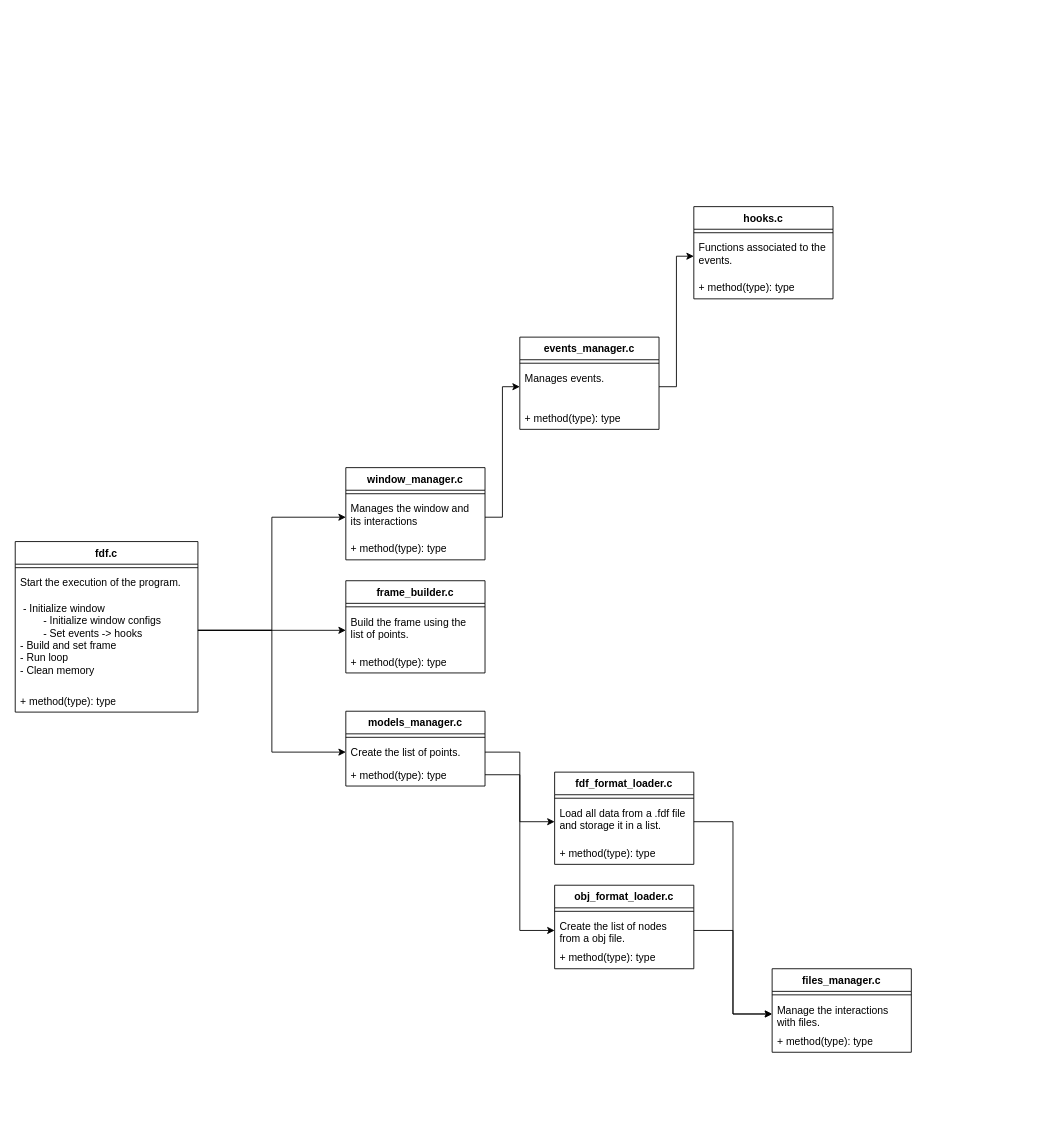
Above: page "classes" (3 of 4) of Untitled Diagram.drawio in nythocampos/42_code (draw.io), before the change. Source tidied: cells renumbered, new cells numbered last; positions are measured from the earlier drawing's top-left corner, leaving out a move shared by most shapes. Both pictures are drawn from the tidied source at 87%, with x=0, y=0 at pixel (15, 206). Pictures stored in the file or linked from it are replaced by grey dashed boxes.
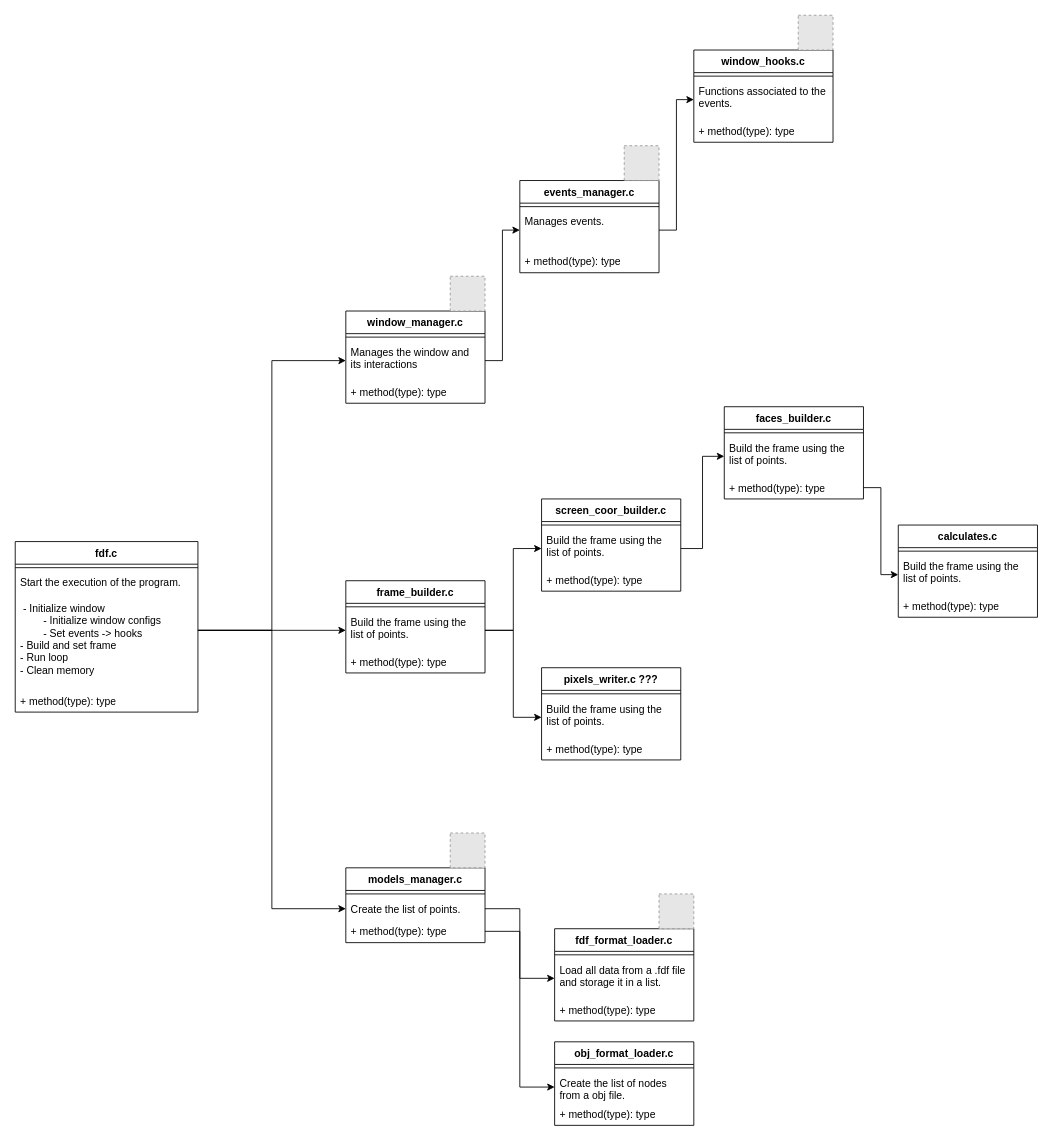
After the change.

Unchanged cells that the change refers to:
```xml
<mxCell id="8" value="Build the frame using the list of points." style="text;strokeColor=none;fillColor=none;align=left;verticalAlign=top;spacingLeft=4;spacingRight=4;overflow=hidden;points=[[0,0.5],[1,0.5]];portConstraint=eastwest;whiteSpace=wrap;html=1;" parent="6" vertex="1">
  <mxGeometry y="34" width="160" height="46" as="geometry" />
</mxCell>
<mxCell id="16" value="Load all data from a .fdf file and storage it in a list." style="text;strokeColor=none;fillColor=none;align=left;verticalAlign=top;spacingLeft=4;spacingRight=4;overflow=hidden;points=[[0,0.5],[1,0.5]];portConstraint=eastwest;whiteSpace=wrap;html=1;" parent="14" vertex="1">
  <mxGeometry y="34" width="160" height="46" as="geometry" />
</mxCell>
<mxCell id="20" value="Create the list of nodes from a obj file." style="text;strokeColor=none;fillColor=none;align=left;verticalAlign=top;spacingLeft=4;spacingRight=4;overflow=hidden;points=[[0,0.5],[1,0.5]];portConstraint=eastwest;whiteSpace=wrap;html=1;" parent="18" vertex="1">
  <mxGeometry y="34" width="160" height="36" as="geometry" />
</mxCell>
```

Diff of the diagram source:
```diff
@@
     <mxCell id="2" value="models_manager.c" style="swimlane;fontStyle=1;align=center;verticalAlign=top;horizontal=1;startSize=26;whiteSpace=wrap;html=1;" parent="1" vertex="1">
-      <mxGeometry x="380" y="580" width="160" height="86" as="geometry" />
+      <mxGeometry x="380" y="760" width="160" height="86" as="geometry" />
     </mxCell>
@@
     <mxCell id="14" value="fdf_format_loader.c" style="swimlane;fontStyle=1;align=center;verticalAlign=top;horizontal=1;startSize=26;whiteSpace=wrap;html=1;" parent="1" vertex="1">
-      <mxGeometry x="620" y="650" width="160" height="106" as="geometry" />
+      <mxGeometry x="620" y="830" width="160" height="106" as="geometry" />
     </mxCell>
@@
     <mxCell id="18" value="obj_format_loader.c" style="swimlane;fontStyle=1;align=center;verticalAlign=top;horizontal=1;startSize=26;whiteSpace=wrap;html=1;" parent="1" vertex="1">
-      <mxGeometry x="620" y="780" width="160" height="96" as="geometry" />
+      <mxGeometry x="620" y="960" width="160" height="96" as="geometry" />
     </mxCell>
@@
-    <mxCell id="22" value="files_manager.c" style="swimlane;fontStyle=1;align=center;verticalAlign=top;horizontal=1;startSize=26;whiteSpace=wrap;html=1;" parent="1" vertex="1">
-      <mxGeometry x="870" y="876" width="160" height="96" as="geometry" />
-    </mxCell>
-    <mxCell id="23" style="line;strokeWidth=1;fillColor=none;align=left;verticalAlign=middle;spacingTop=-1;spacingLeft=3;spacingRight=3;labelPosition=right;strokeColor=inherit;" parent="22" vertex="1">
-      <mxGeometry y="26" width="160" height="8" as="geometry" />
-    </mxCell>
-    <mxCell id="24" value="Manage the interactions with files." style="text;strokeColor=none;fillColor=none;align=left;verticalAlign=top;spacingLeft=4;spacingRight=4;overflow=hidden;points=[[0,0.5],[1,0.5]];portConstraint=eastwest;whiteSpace=wrap;html=1;" parent="22" vertex="1">
-      <mxGeometry y="34" width="160" height="36" as="geometry" />
-    </mxCell>
-    <mxCell id="25" value="+ method(type): type" style="text;strokeColor=none;fillColor=none;align=left;verticalAlign=top;spacingLeft=4;spacingRight=4;overflow=hidden;whiteSpace=wrap;html=1;" parent="22" vertex="1">
-      <mxGeometry y="70" width="160" height="26" as="geometry" />
-    </mxCell>
@@
-    <mxCell id="30" style="edgeStyle=orthogonalEdgeStyle;rounded=0;jettySize=auto;html=1;exitX=1;exitY=0.5;exitDx=0;exitDy=0;entryX=0;entryY=0.5;entryDx=0;entryDy=0;" parent="1" edge="1" source="16" target="24">
-      <mxGeometry relative="1" as="geometry" />
-    </mxCell>
-    <mxCell id="31" style="edgeStyle=orthogonalEdgeStyle;rounded=0;jettySize=auto;html=1;exitX=1;exitY=0.5;exitDx=0;exitDy=0;entryX=0;entryY=0.5;entryDx=0;entryDy=0;" parent="1" edge="1" source="20" target="24">
-      <mxGeometry relative="1" as="geometry" />
-    </mxCell>
     <mxCell id="32" value="window_manager.c" style="swimlane;fontStyle=1;align=center;verticalAlign=top;horizontal=1;startSize=26;whiteSpace=wrap;html=1;" parent="1" vertex="1">
-      <mxGeometry x="380" y="300" width="160" height="106" as="geometry" />
+      <mxGeometry x="380" y="120" width="160" height="106" as="geometry" />
     </mxCell>
@@
-    <mxCell id="36" value="hooks.c" style="swimlane;fontStyle=1;align=center;verticalAlign=top;horizontal=1;startSize=26;whiteSpace=wrap;html=1;" parent="1" vertex="1">
-      <mxGeometry x="780" width="160" height="106" as="geometry" />
+    <mxCell id="36" value="window_hooks.c" style="swimlane;fontStyle=1;align=center;verticalAlign=top;horizontal=1;startSize=26;whiteSpace=wrap;html=1;" parent="1" vertex="1">
+      <mxGeometry x="780" y="-180" width="160" height="106" as="geometry" />
     </mxCell>
@@
     <mxCell id="40" value="events_manager.c" style="swimlane;fontStyle=1;align=center;verticalAlign=top;horizontal=1;startSize=26;whiteSpace=wrap;html=1;" parent="1" vertex="1">
-      <mxGeometry x="580" y="150" width="160" height="106" as="geometry" />
+      <mxGeometry x="580" y="-30" width="160" height="106" as="geometry" />
     </mxCell>
@@
+    <mxCell id="47" value="faces_builder.c" style="swimlane;fontStyle=1;align=center;verticalAlign=top;horizontal=1;startSize=26;whiteSpace=wrap;html=1;" parent="1" vertex="1">
+      <mxGeometry x="815" y="230" width="160" height="106" as="geometry" />
+    </mxCell>
+    <mxCell id="48" style="line;strokeWidth=1;fillColor=none;align=left;verticalAlign=middle;spacingTop=-1;spacingLeft=3;spacingRight=3;labelPosition=right;strokeColor=inherit;" parent="47" vertex="1">
+      <mxGeometry y="26" width="160" height="8" as="geometry" />
+    </mxCell>
+    <mxCell id="49" value="Build the frame using the list of points." style="text;strokeColor=none;fillColor=none;align=left;verticalAlign=top;spacingLeft=4;spacingRight=4;overflow=hidden;points=[[0,0.5],[1,0.5]];portConstraint=eastwest;whiteSpace=wrap;html=1;" parent="47" vertex="1">
+      <mxGeometry y="34" width="160" height="46" as="geometry" />
+    </mxCell>
+    <mxCell id="50" value="+ method(type): type" style="text;strokeColor=none;fillColor=none;align=left;verticalAlign=top;spacingLeft=4;spacingRight=4;overflow=hidden;points=[[0,0.5],[1,0.5]];portConstraint=eastwest;whiteSpace=wrap;html=1;" parent="47" vertex="1">
+      <mxGeometry y="80" width="160" height="26" as="geometry" />
+    </mxCell>
+    <mxCell id="51" value="screen_coor_builder.c" style="swimlane;fontStyle=1;align=center;verticalAlign=top;horizontal=1;startSize=26;whiteSpace=wrap;html=1;" parent="1" vertex="1">
+      <mxGeometry x="605" y="336" width="160" height="106" as="geometry" />
+    </mxCell>
+    <mxCell id="52" style="line;strokeWidth=1;fillColor=none;align=left;verticalAlign=middle;spacingTop=-1;spacingLeft=3;spacingRight=3;labelPosition=right;strokeColor=inherit;" parent="51" vertex="1">
+      <mxGeometry y="26" width="160" height="8" as="geometry" />
+    </mxCell>
+    <mxCell id="53" value="Build the frame using the list of points." style="text;strokeColor=none;fillColor=none;align=left;verticalAlign=top;spacingLeft=4;spacingRight=4;overflow=hidden;points=[[0,0.5],[1,0.5]];portConstraint=eastwest;whiteSpace=wrap;html=1;" parent="51" vertex="1">
+      <mxGeometry y="34" width="160" height="46" as="geometry" />
+    </mxCell>
+    <mxCell id="54" value="+ method(type): type" style="text;strokeColor=none;fillColor=none;align=left;verticalAlign=top;spacingLeft=4;spacingRight=4;overflow=hidden;whiteSpace=wrap;html=1;" parent="51" vertex="1">
+      <mxGeometry y="80" width="160" height="26" as="geometry" />
+    </mxCell>
+    <mxCell id="55" value="calculates.c" style="swimlane;fontStyle=1;align=center;verticalAlign=top;horizontal=1;startSize=26;whiteSpace=wrap;html=1;" parent="1" vertex="1">
+      <mxGeometry x="1015" y="366" width="160" height="106" as="geometry" />
+    </mxCell>
+    <mxCell id="56" style="line;strokeWidth=1;fillColor=none;align=left;verticalAlign=middle;spacingTop=-1;spacingLeft=3;spacingRight=3;labelPosition=right;strokeColor=inherit;" parent="55" vertex="1">
+      <mxGeometry y="26" width="160" height="8" as="geometry" />
+    </mxCell>
+    <mxCell id="57" value="Build the frame using the list of points." style="text;strokeColor=none;fillColor=none;align=left;verticalAlign=top;spacingLeft=4;spacingRight=4;overflow=hidden;points=[[0,0.5],[1,0.5]];portConstraint=eastwest;whiteSpace=wrap;html=1;" parent="55" vertex="1">
+      <mxGeometry y="34" width="160" height="46" as="geometry" />
+    </mxCell>
+    <mxCell id="58" value="+ method(type): type" style="text;strokeColor=none;fillColor=none;align=left;verticalAlign=top;spacingLeft=4;spacingRight=4;overflow=hidden;whiteSpace=wrap;html=1;" parent="55" vertex="1">
+      <mxGeometry y="80" width="160" height="26" as="geometry" />
+    </mxCell>
+    <mxCell id="59" style="edgeStyle=orthogonalEdgeStyle;rounded=0;jettySize=auto;html=1;exitX=1;exitY=0.5;exitDx=0;exitDy=0;" parent="1" edge="1" source="53" target="49">
+      <mxGeometry relative="1" as="geometry" />
+    </mxCell>
+    <mxCell id="60" style="edgeStyle=orthogonalEdgeStyle;rounded=0;jettySize=auto;html=1;exitX=1;exitY=0.5;exitDx=0;exitDy=0;" parent="1" edge="1" source="50" target="57">
+      <mxGeometry relative="1" as="geometry" />
+    </mxCell>
+    <mxCell id="61" style="fillColor=#E6E6E6;strokeColor=#999999;dashed=1;html=1;verticalAlign=top;verticalLabelPosition=bottom;labelBackgroundColor=#ffffff;" parent="1" vertex="1">
+      <mxGeometry x="740" y="790" width="40" height="40" as="geometry" />
+    </mxCell>
+    <mxCell id="62" style="fillColor=#E6E6E6;strokeColor=#999999;dashed=1;html=1;verticalAlign=top;verticalLabelPosition=bottom;labelBackgroundColor=#ffffff;" parent="1" vertex="1">
+      <mxGeometry x="500" y="720" width="40" height="40" as="geometry" />
+    </mxCell>
+    <mxCell id="63" style="fillColor=#E6E6E6;strokeColor=#999999;dashed=1;html=1;verticalAlign=top;verticalLabelPosition=bottom;labelBackgroundColor=#ffffff;" parent="1" vertex="1">
+      <mxGeometry x="500" y="80" width="40" height="40" as="geometry" />
+    </mxCell>
+    <mxCell id="64" style="fillColor=#E6E6E6;strokeColor=#999999;dashed=1;html=1;verticalAlign=top;verticalLabelPosition=bottom;labelBackgroundColor=#ffffff;" parent="1" vertex="1">
+      <mxGeometry x="700" y="-70" width="40" height="40" as="geometry" />
+    </mxCell>
+    <mxCell id="65" style="fillColor=#E6E6E6;strokeColor=#999999;dashed=1;html=1;verticalAlign=top;verticalLabelPosition=bottom;labelBackgroundColor=#ffffff;" parent="1" vertex="1">
+      <mxGeometry x="900" y="-220" width="40" height="40" as="geometry" />
+    </mxCell>
+    <mxCell id="66" style="edgeStyle=orthogonalEdgeStyle;rounded=0;jettySize=auto;html=1;exitX=1;exitY=0.5;exitDx=0;exitDy=0;entryX=0;entryY=0.5;entryDx=0;entryDy=0;" parent="1" edge="1" source="8" target="53">
+      <mxGeometry relative="1" as="geometry" />
+    </mxCell>
+    <mxCell id="67" value="pixels_writer.c ???" style="swimlane;fontStyle=1;align=center;verticalAlign=top;horizontal=1;startSize=26;whiteSpace=wrap;html=1;" parent="1" vertex="1">
+      <mxGeometry x="605" y="530" width="160" height="106" as="geometry" />
+    </mxCell>
+    <mxCell id="68" style="line;strokeWidth=1;fillColor=none;align=left;verticalAlign=middle;spacingTop=-1;spacingLeft=3;spacingRight=3;labelPosition=right;strokeColor=inherit;" parent="67" vertex="1">
+      <mxGeometry y="26" width="160" height="8" as="geometry" />
+    </mxCell>
+    <mxCell id="69" value="Build the frame using the list of points." style="text;strokeColor=none;fillColor=none;align=left;verticalAlign=top;spacingLeft=4;spacingRight=4;overflow=hidden;points=[[0,0.5],[1,0.5]];portConstraint=eastwest;whiteSpace=wrap;html=1;" parent="67" vertex="1">
+      <mxGeometry y="34" width="160" height="46" as="geometry" />
+    </mxCell>
+    <mxCell id="70" value="+ method(type): type" style="text;strokeColor=none;fillColor=none;align=left;verticalAlign=top;spacingLeft=4;spacingRight=4;overflow=hidden;whiteSpace=wrap;html=1;" parent="67" vertex="1">
+      <mxGeometry y="80" width="160" height="26" as="geometry" />
+    </mxCell>
+    <mxCell id="71" style="edgeStyle=orthogonalEdgeStyle;rounded=0;jettySize=auto;html=1;exitX=1;exitY=0.5;exitDx=0;exitDy=0;" parent="1" edge="1" source="8" target="69">
+      <mxGeometry relative="1" as="geometry" />
+    </mxCell>
```
